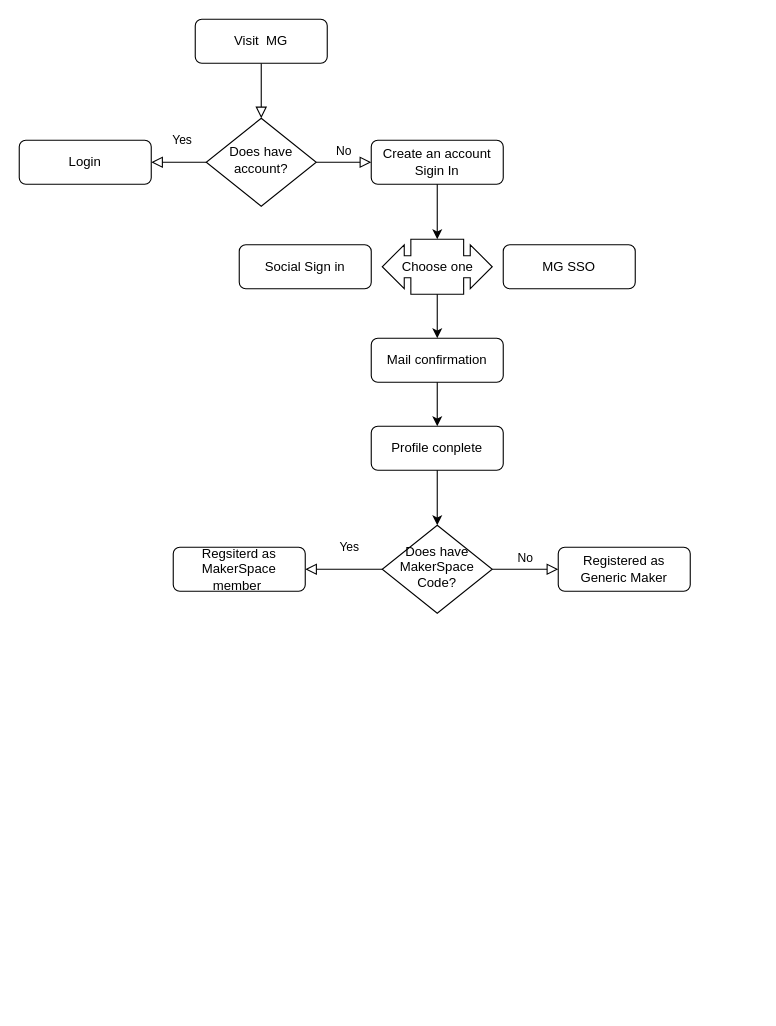
This is Untitled Diagram.drawio from salmanfarisvp/Documents, a draw.io file, before an edit. Source tidied: cells renumbered, new cells numbered last; positions are measured from the earlier drawing's top-left corner, leaving out a move shared by most shapes. Both pictures are drawn from the tidied source at 110%, with x=0, y=0 at pixel (19, 19).
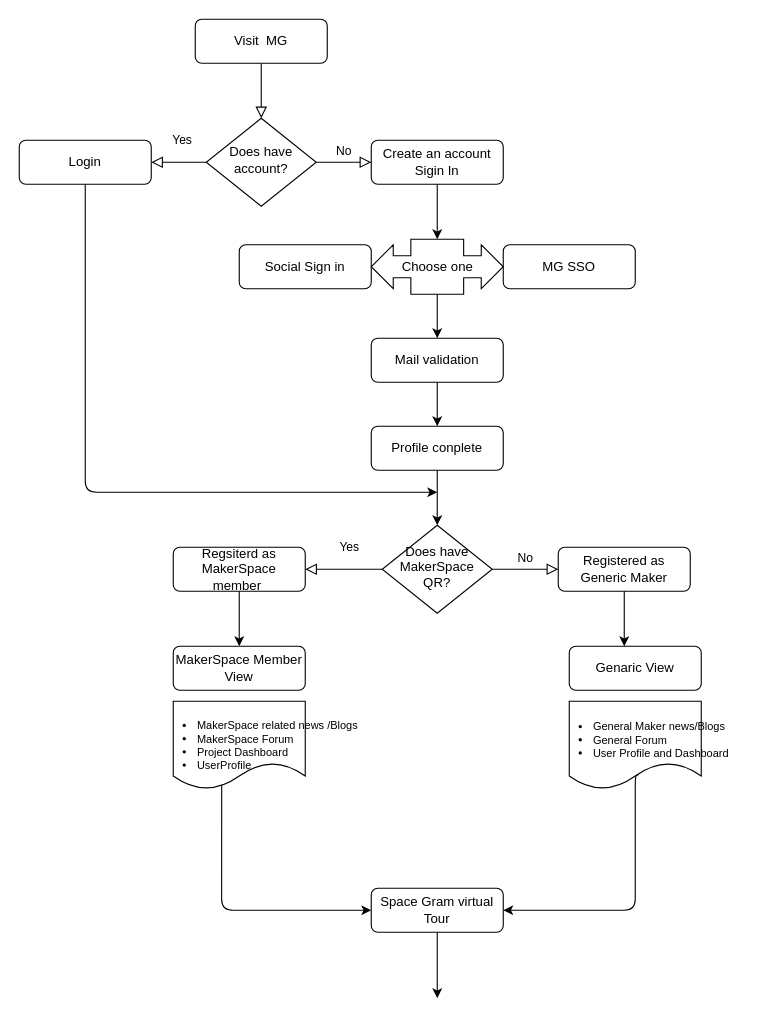
The same page after the edit.

The change refers to these unchanged cells:
```xml
<mxCell id="20" value="Login" style="rounded=1;whiteSpace=wrap;html=1;fontSize=12;glass=0;strokeWidth=1;shadow=0;" parent="1" vertex="1">
  <mxGeometry y="110" width="120" height="40" as="geometry" />
</mxCell>
<mxCell id="21" value="Regsiterd as MakerSpace member&amp;nbsp;" style="rounded=1;whiteSpace=wrap;html=1;fontSize=12;glass=0;strokeWidth=1;shadow=0;" parent="1" vertex="1">
  <mxGeometry x="140" y="480" width="120" height="40" as="geometry" />
</mxCell>
<mxCell id="22" value="Registered as Generic Maker" style="rounded=1;whiteSpace=wrap;html=1;fontSize=12;glass=0;strokeWidth=1;shadow=0;" parent="1" vertex="1">
  <mxGeometry x="490" y="480" width="120" height="40" as="geometry" />
</mxCell>
```

The edit, as a diff of the source:
```diff
@@
     <mxCell id="11" value="Choose one" style="html=1;shadow=0;dashed=0;align=center;verticalAlign=middle;shape=mxgraph.arrows2.calloutDoubleArrow;dy=10;dx=20;notch=24;arrowHead=10;" parent="1" vertex="1">
-      <mxGeometry x="330" y="200" width="100" height="50" as="geometry" />
+      <mxGeometry x="320" y="200" width="120" height="50" as="geometry" />
     </mxCell>
@@
-    <mxCell id="13" value="Mail confirmation" style="rounded=1;whiteSpace=wrap;html=1;fontSize=12;glass=0;strokeWidth=1;shadow=0;" parent="1" vertex="1">
+    <mxCell id="13" value="Mail validation" style="rounded=1;whiteSpace=wrap;html=1;fontSize=12;glass=0;strokeWidth=1;shadow=0;" parent="1" vertex="1">
       <mxGeometry x="320" y="290" width="120" height="40" as="geometry" />
     </mxCell>
@@
-    <mxCell id="17" value="Does have MakerSpace Code?" style="rhombus;whiteSpace=wrap;html=1;shadow=0;fontFamily=Helvetica;fontSize=12;align=center;strokeWidth=1;spacing=6;spacingTop=-4;" parent="1" vertex="1">
+    <mxCell id="17" value="Does have MakerSpace QR?" style="rhombus;whiteSpace=wrap;html=1;shadow=0;fontFamily=Helvetica;fontSize=12;align=center;strokeWidth=1;spacing=6;spacingTop=-4;" parent="1" vertex="1">
       <mxGeometry x="330" y="460" width="100" height="80" as="geometry" />
     </mxCell>
@@
+    <mxCell id="23" style="endArrow=classic;html=1;exitX=0.5;exitY=1;exitDx=0;exitDy=0;" parent="1" edge="1" source="21">
+      <mxGeometry relative="1" as="geometry">
+        <mxPoint x="200" y="570" as="targetPoint" />
+      </mxGeometry>
+    </mxCell>
+    <mxCell id="24" style="endArrow=classic;html=1;exitX=0.5;exitY=1;exitDx=0;exitDy=0;" parent="1" edge="1" source="22">
+      <mxGeometry relative="1" as="geometry">
+        <mxPoint x="550" y="570" as="targetPoint" />
+      </mxGeometry>
+    </mxCell>
+    <mxCell id="25" value="MakerSpace Member View" style="rounded=1;whiteSpace=wrap;html=1;fontSize=12;glass=0;strokeWidth=1;shadow=0;" parent="1" vertex="1">
+      <mxGeometry x="140" y="570" width="120" height="40" as="geometry" />
+    </mxCell>
+    <mxCell id="26" value="Genaric View" style="rounded=1;whiteSpace=wrap;html=1;fontSize=12;glass=0;strokeWidth=1;shadow=0;" parent="1" vertex="1">
+      <mxGeometry x="500" y="570" width="120" height="40" as="geometry" />
+    </mxCell>
+    <mxCell id="27" style="endArrow=classic;html=1;" parent="1" edge="1" source="20">
+      <mxGeometry relative="1" as="geometry">
+        <mxPoint x="380" y="430" as="targetPoint" />
+        <Array as="points">
+          <mxPoint x="60" y="430" />
+        </Array>
+      </mxGeometry>
+    </mxCell>
+    <mxCell id="28" style="shape=document;whiteSpace=wrap;html=1;boundedLbl=1;" parent="1" vertex="1">
+      <mxGeometry x="140" y="620" width="120" height="80" as="geometry" />
+    </mxCell>
+    <mxCell id="29" style="shape=document;whiteSpace=wrap;html=1;boundedLbl=1;" parent="1" vertex="1">
+      <mxGeometry x="500" y="620" width="120" height="80" as="geometry" />
+    </mxCell>
+    <mxCell id="30" value="&lt;ul style=&quot;font-size: 10px;&quot;&gt;&lt;li style=&quot;font-size: 10px;&quot;&gt;MakerSpace related news /Blogs&lt;/li&gt;&lt;li style=&quot;font-size: 10px;&quot;&gt;MakerSpace Forum&lt;/li&gt;&lt;li style=&quot;font-size: 10px;&quot;&gt;Project Dashboard&lt;/li&gt;&lt;li style=&quot;font-size: 10px;&quot;&gt;UserProfile&lt;/li&gt;&lt;/ul&gt;" style="text;html=1;strokeColor=none;fillColor=none;align=left;verticalAlign=middle;whiteSpace=wrap;rounded=0;fontSize=10;" parent="1" vertex="1">
+      <mxGeometry x="120" y="585" width="190" height="150" as="geometry" />
+    </mxCell>
+    <mxCell id="31" value="&lt;ul style=&quot;font-size: 10px&quot;&gt;&lt;li style=&quot;font-size: 10px&quot;&gt;General Maker news/Blogs&lt;/li&gt;&lt;li style=&quot;font-size: 10px&quot;&gt;General Forum&lt;/li&gt;&lt;li style=&quot;font-size: 10px&quot;&gt;User Profile and Dashboard&lt;/li&gt;&lt;/ul&gt;" style="text;html=1;strokeColor=none;fillColor=none;align=left;verticalAlign=middle;whiteSpace=wrap;rounded=0;fontSize=10;" parent="1" vertex="1">
+      <mxGeometry x="480" y="580" width="190" height="150" as="geometry" />
+    </mxCell>
+    <mxCell id="32" value="Space Gram virtual Tour" style="rounded=1;whiteSpace=wrap;html=1;fontSize=12;glass=0;strokeWidth=1;shadow=0;" parent="1" vertex="1">
+      <mxGeometry x="320" y="790" width="120" height="40" as="geometry" />
+    </mxCell>
+    <mxCell id="33" style="edgeStyle=segmentEdgeStyle;endArrow=classic;html=1;fontSize=10;entryX=0;entryY=0.5;entryDx=0;entryDy=0;exitX=0.367;exitY=0.95;exitDx=0;exitDy=0;exitPerimeter=0;" parent="1" edge="1" source="28" target="32">
+      <mxGeometry relative="1" as="geometry">
+        <Array as="points">
+          <mxPoint x="184" y="810" />
+        </Array>
+      </mxGeometry>
+    </mxCell>
+    <mxCell id="34" style="edgeStyle=segmentEdgeStyle;endArrow=classic;html=1;fontSize=10;entryX=1;entryY=0.5;entryDx=0;entryDy=0;exitX=0.525;exitY=0.838;exitDx=0;exitDy=0;exitPerimeter=0;" parent="1" edge="1" source="29" target="32">
+      <mxGeometry relative="1" as="geometry">
+        <Array as="points">
+          <mxPoint x="560" y="687" />
+          <mxPoint x="560" y="810" />
+        </Array>
+      </mxGeometry>
+    </mxCell>
+    <mxCell id="35" style="endArrow=classic;html=1;fontSize=10;exitX=0.5;exitY=1;exitDx=0;exitDy=0;" parent="1" edge="1" source="32">
+      <mxGeometry relative="1" as="geometry">
+        <mxPoint x="380" y="890" as="targetPoint" />
+      </mxGeometry>
+    </mxCell>
```
